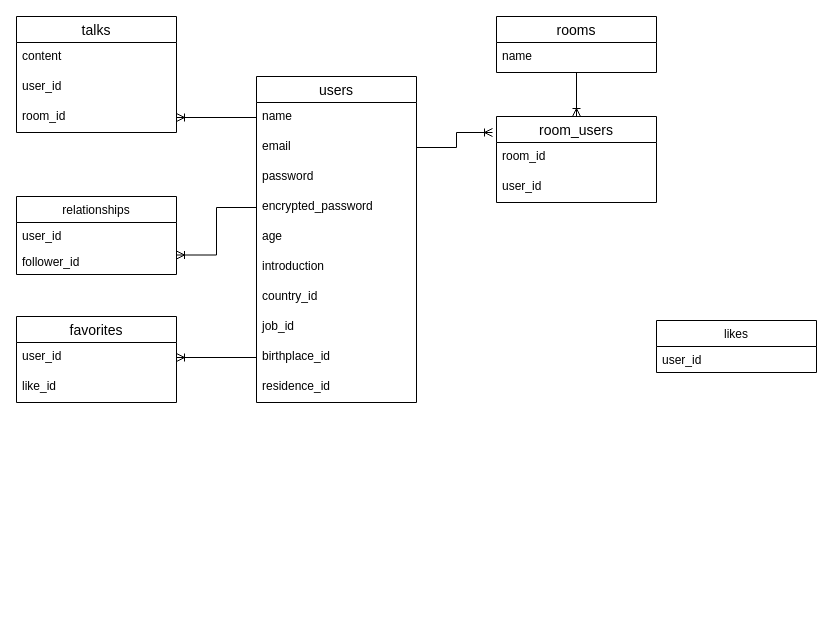
horitomoyuki/travelers keeps this draw.io diagram as test.dio. Above is the earlier version. Source tidied: cells renumbered, new cells numbered last; positions are measured from the earlier drawing's top-left corner, leaving out a move shared by most shapes. Both pictures are drawn from the tidied source at 100%, with x=0, y=0 at pixel (16, 16).
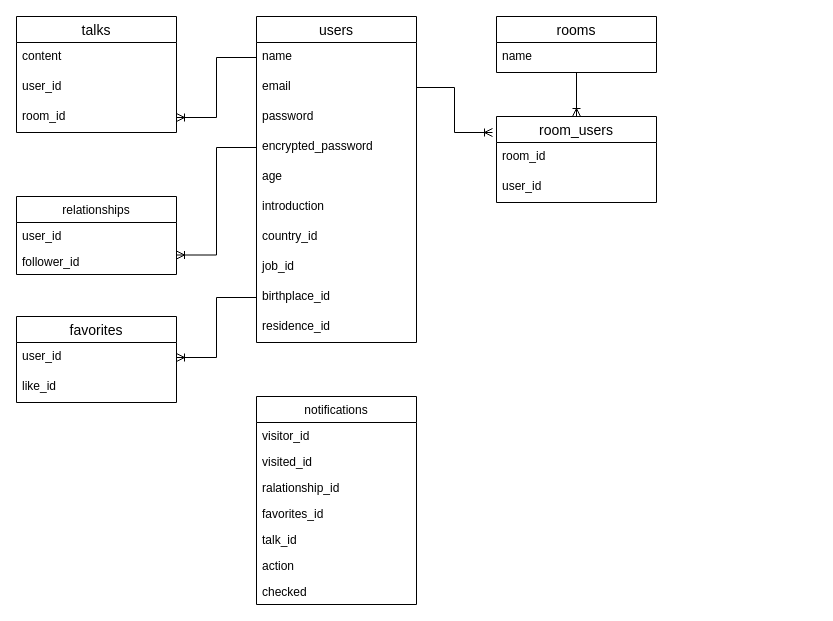
The same page after the edit.

Commit message (it also covers changes not shown here):
通知機能要件定義

The change refers to these unchanged cells:
```xml
<mxCell id="4" value="email&#10;&#10;" style="text;strokeColor=none;fillColor=none;spacingLeft=4;spacingRight=4;overflow=hidden;points=[[0,0.5],[1,0.5]];portConstraint=eastwest;fontSize=12;" parent="2" vertex="1">
  <mxGeometry y="56" width="160" height="30" as="geometry" />
</mxCell>
<mxCell id="13" value="room_users" style="swimlane;fontStyle=0;horizontal=1;startSize=26;align=center;fontSize=14;" parent="1" vertex="1">
  <mxGeometry x="480" y="100" width="160" height="86" as="geometry" />
</mxCell>
```

What changed in the source:
```diff
@@
     <mxCell id="2" value="users" style="swimlane;fontStyle=0;horizontal=1;startSize=26;align=center;fontSize=14;" parent="1" vertex="1">
-      <mxGeometry x="240" y="60" width="160" height="326" as="geometry" />
+      <mxGeometry x="240" width="160" height="326" as="geometry" />
     </mxCell>
@@
-    <mxCell id="23" value="likes" style="swimlane;fontStyle=0;horizontal=1;startSize=26;fillColor=none;" parent="1" vertex="1">
-      <mxGeometry x="640" y="304" width="160" height="52" as="geometry" />
-    </mxCell>
-    <mxCell id="24" value="user_id" style="text;strokeColor=none;fillColor=none;align=left;verticalAlign=top;spacingLeft=4;spacingRight=4;overflow=hidden;" parent="23" vertex="1">
-      <mxGeometry y="26" width="160" height="26" as="geometry" />
-    </mxCell>
@@
-    <mxCell id="33" style="edgeStyle=orthogonalEdgeStyle;rounded=0;jettySize=auto;html=1;entryX=-0.025;entryY=0.186;entryDx=0;entryDy=0;entryPerimeter=0;endArrow=ERoneToMany;endFill=0;" parent="1" edge="1" source="4" target="13">
-      <mxGeometry relative="1" as="geometry" />
+    <mxCell id="33" style="edgeStyle=elbowEdgeStyle;rounded=0;jettySize=auto;html=1;entryX=-0.025;entryY=0.186;entryDx=0;entryDy=0;entryPerimeter=0;endArrow=ERoneToMany;endFill=0;" parent="1" edge="1" source="4" target="13">
+      <mxGeometry relative="1" as="geometry">
+        <Array as="points">
+          <mxPoint x="438" y="170" />
+        </Array>
+      </mxGeometry>
     </mxCell>
@@
+    <mxCell id="35" value="notifications" style="swimlane;fontStyle=0;horizontal=1;startSize=26;fillColor=none;" parent="1" vertex="1">
+      <mxGeometry x="240" y="380" width="160" height="208" as="geometry" />
+    </mxCell>
+    <mxCell id="36" value="visitor_id" style="text;strokeColor=none;fillColor=none;align=left;verticalAlign=top;spacingLeft=4;spacingRight=4;overflow=hidden;" parent="35" vertex="1">
+      <mxGeometry y="26" width="160" height="26" as="geometry" />
+    </mxCell>
+    <mxCell id="37" value="visited_id" style="text;strokeColor=none;fillColor=none;align=left;verticalAlign=top;spacingLeft=4;spacingRight=4;overflow=hidden;" parent="35" vertex="1">
+      <mxGeometry y="52" width="160" height="26" as="geometry" />
+    </mxCell>
+    <mxCell id="38" value="ralationship_id" style="text;strokeColor=none;fillColor=none;align=left;verticalAlign=top;spacingLeft=4;spacingRight=4;overflow=hidden;" parent="35" vertex="1">
+      <mxGeometry y="78" width="160" height="26" as="geometry" />
+    </mxCell>
+    <mxCell id="39" value="favorites_id" style="text;strokeColor=none;fillColor=none;align=left;verticalAlign=top;spacingLeft=4;spacingRight=4;overflow=hidden;" parent="35" vertex="1">
+      <mxGeometry y="104" width="160" height="26" as="geometry" />
+    </mxCell>
+    <mxCell id="40" value="talk_id" style="text;strokeColor=none;fillColor=none;align=left;verticalAlign=top;spacingLeft=4;spacingRight=4;overflow=hidden;" parent="35" vertex="1">
+      <mxGeometry y="130" width="160" height="26" as="geometry" />
+    </mxCell>
+    <mxCell id="41" value="action" style="text;strokeColor=none;fillColor=none;align=left;verticalAlign=top;spacingLeft=4;spacingRight=4;overflow=hidden;" parent="35" vertex="1">
+      <mxGeometry y="156" width="160" height="26" as="geometry" />
+    </mxCell>
+    <mxCell id="42" value="checked" style="text;strokeColor=none;fillColor=none;align=left;verticalAlign=top;spacingLeft=4;spacingRight=4;overflow=hidden;" parent="35" vertex="1">
+      <mxGeometry y="182" width="160" height="26" as="geometry" />
+    </mxCell>
```
